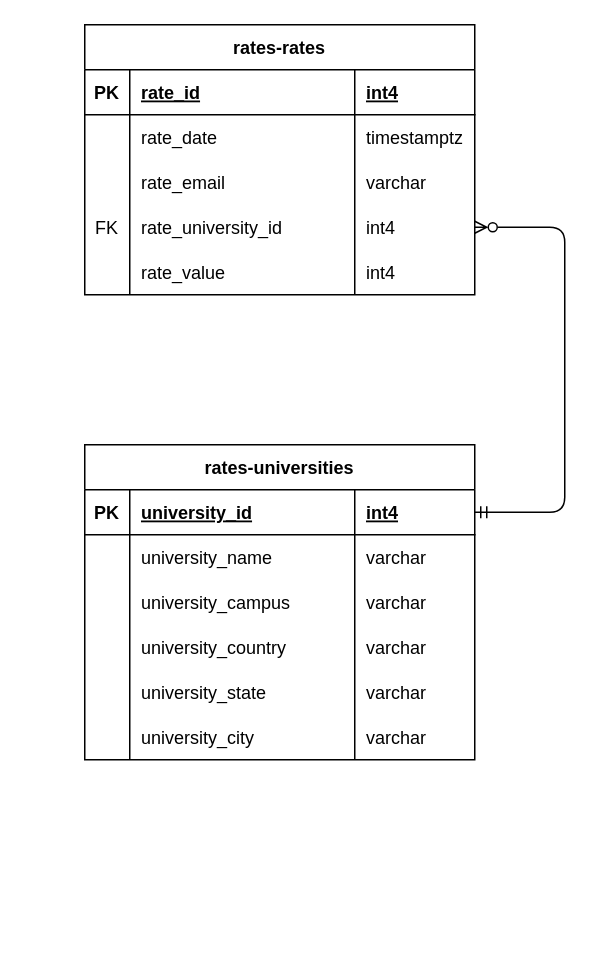
The draw.io diagram page "database-schema" (3 of 3) of .docs/diagrams.drawio in caio-pavesi/rateauni-website, before the edit. Source tidied: cells renumbered, new cells numbered last; positions are measured from the earlier drawing's top-left corner, leaving out a move shared by most shapes. Both pictures are drawn from the tidied source at 150%, with x=0, y=0 at pixel (84, 24).
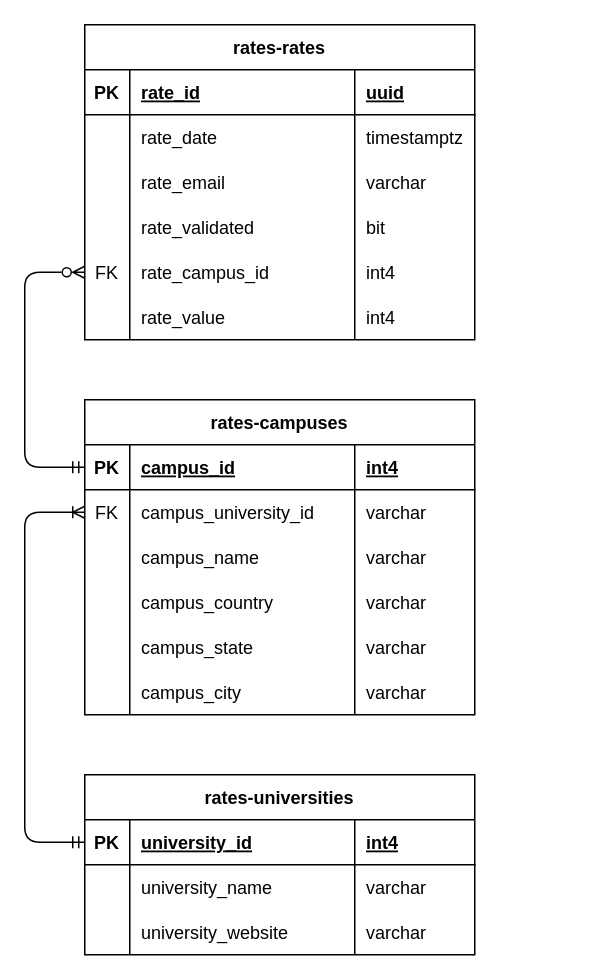
Above is the later version.

The change refers to these unchanged cells:
```xml
<mxCell id="3" style="shape=tableRow;horizontal=0;startSize=0;swimlaneHead=0;swimlaneBody=0;fillColor=none;top=0;left=0;right=0;bottom=1;" parent="2" vertex="1">
  <mxGeometry y="30" width="260" height="30" as="geometry" />
</mxCell>
<mxCell id="24" style="shape=tableRow;horizontal=0;startSize=0;swimlaneHead=0;swimlaneBody=0;fillColor=none;points=[[0,0.5],[1,0.5]];portConstraint=eastwest;top=0;left=0;right=0;bottom=1;" parent="23" vertex="1">
  <mxGeometry y="30" width="260" height="30" as="geometry" />
</mxCell>
```

Change to the diagram source:
```diff
@@
     <mxCell id="2" value="rates-rates" style="shape=table;startSize=30;childLayout=tableLayout;rowLines=0;fontStyle=1;align=center;" parent="1" vertex="1">
-      <mxGeometry width="260" height="180" as="geometry" />
+      <mxGeometry width="260" height="210" as="geometry" />
     </mxCell>
@@
-    <mxCell id="6" value="int4" style="shape=partialRectangle;fillColor=none;top=0;left=0;bottom=0;right=0;align=left;spacingLeft=6;fontStyle=5;overflow=hidden;" parent="3" vertex="1">
+    <mxCell id="6" value="uuid" style="shape=partialRectangle;fillColor=none;top=0;left=0;bottom=0;right=0;align=left;spacingLeft=6;fontStyle=5;overflow=hidden;" parent="3" vertex="1">
       <mxGeometry x="180" width="80" height="30" as="geometry" />
     </mxCell>
@@
+    <mxCell id="49" style="shape=tableRow;horizontal=0;startSize=0;swimlaneHead=0;swimlaneBody=0;fillColor=none;top=0;left=0;right=0;bottom=0;" parent="2" vertex="1">
+      <mxGeometry y="120" width="260" height="30" as="geometry" />
+    </mxCell>
+    <mxCell id="50" style="shape=partialRectangle;fillColor=none;top=0;left=0;bottom=0;right=0;overflow=hidden;" parent="49" vertex="1">
+      <mxGeometry width="30" height="30" as="geometry" />
+    </mxCell>
+    <mxCell id="51" value="rate_validated" style="shape=partialRectangle;fillColor=none;top=0;left=0;bottom=0;right=0;align=left;spacingLeft=6;overflow=hidden;" parent="49" vertex="1">
+      <mxGeometry x="30" width="150" height="30" as="geometry" />
+    </mxCell>
+    <mxCell id="52" value="bit" style="shape=partialRectangle;fillColor=none;top=0;left=0;bottom=0;right=0;align=left;spacingLeft=6;overflow=hidden;" parent="49" vertex="1">
+      <mxGeometry x="180" width="80" height="30" as="geometry" />
+    </mxCell>
     <mxCell id="15" style="shape=tableRow;horizontal=0;startSize=0;swimlaneHead=0;swimlaneBody=0;fillColor=none;points=[[0,0.5],[1,0.5]];portConstraint=eastwest;top=0;left=0;right=0;bottom=0;" parent="2" vertex="1">
-      <mxGeometry y="120" width="260" height="30" as="geometry" />
+      <mxGeometry y="150" width="260" height="30" as="geometry" />
     </mxCell>
@@
-    <mxCell id="17" value="rate_university_id" style="shape=partialRectangle;fillColor=none;top=0;left=0;bottom=0;right=0;align=left;spacingLeft=6;overflow=hidden;" parent="15" vertex="1">
+    <mxCell id="17" value="rate_campus_id" style="shape=partialRectangle;fillColor=none;top=0;left=0;bottom=0;right=0;align=left;spacingLeft=6;overflow=hidden;" parent="15" vertex="1">
       <mxGeometry x="30" width="150" height="30" as="geometry" />
     </mxCell>
@@
     <mxCell id="19" style="shape=tableRow;horizontal=0;startSize=0;swimlaneHead=0;swimlaneBody=0;fillColor=none;top=0;left=0;right=0;bottom=0;" parent="2" vertex="1">
-      <mxGeometry y="150" width="260" height="30" as="geometry" />
+      <mxGeometry y="180" width="260" height="30" as="geometry" />
     </mxCell>
@@
     <mxCell id="23" value="rates-universities" style="shape=table;startSize=30;childLayout=tableLayout;rowLines=0;fontStyle=1;align=center;" parent="1" vertex="1">
-      <mxGeometry y="280" width="260" height="210" as="geometry" />
+      <mxGeometry y="500" width="260" height="120" as="geometry" />
     </mxCell>
@@
-    <mxCell id="32" style="shape=tableRow;horizontal=0;startSize=0;swimlaneHead=0;swimlaneBody=0;fillColor=none;top=0;left=0;right=0;bottom=0;" parent="23" vertex="1">
-      <mxGeometry y="90" width="260" height="30" as="geometry" />
-    </mxCell>
-    <mxCell id="33" style="shape=partialRectangle;fillColor=none;top=0;left=0;bottom=0;right=0;overflow=hidden;" parent="32" vertex="1">
-      <mxGeometry width="30" height="30" as="geometry" />
-    </mxCell>
-    <mxCell id="34" value="university_campus" style="shape=partialRectangle;fillColor=none;top=0;left=0;bottom=0;right=0;align=left;spacingLeft=6;overflow=hidden;" parent="32" vertex="1">
-      <mxGeometry x="30" width="150" height="30" as="geometry" />
-    </mxCell>
-    <mxCell id="35" value="varchar" style="shape=partialRectangle;fillColor=none;top=0;left=0;bottom=0;right=0;align=left;spacingLeft=6;overflow=hidden;" parent="32" vertex="1">
-      <mxGeometry x="180" width="80" height="30" as="geometry" />
-    </mxCell>
-    <mxCell id="36" style="shape=tableRow;horizontal=0;startSize=0;swimlaneHead=0;swimlaneBody=0;fillColor=none;top=0;left=0;right=0;bottom=0;" parent="23" vertex="1">
-      <mxGeometry y="120" width="260" height="30" as="geometry" />
-    </mxCell>
-    <mxCell id="37" style="shape=partialRectangle;fillColor=none;top=0;left=0;bottom=0;right=0;overflow=hidden;" parent="36" vertex="1">
-      <mxGeometry width="30" height="30" as="geometry" />
-    </mxCell>
-    <mxCell id="38" value="university_country" style="shape=partialRectangle;fillColor=none;top=0;left=0;bottom=0;right=0;align=left;spacingLeft=6;overflow=hidden;" parent="36" vertex="1">
-      <mxGeometry x="30" width="150" height="30" as="geometry" />
-    </mxCell>
-    <mxCell id="39" value="varchar" style="shape=partialRectangle;fillColor=none;top=0;left=0;bottom=0;right=0;align=left;spacingLeft=6;overflow=hidden;" parent="36" vertex="1">
-      <mxGeometry x="180" width="80" height="30" as="geometry" />
-    </mxCell>
-    <mxCell id="40" style="shape=tableRow;horizontal=0;startSize=0;swimlaneHead=0;swimlaneBody=0;fillColor=none;top=0;left=0;right=0;bottom=0;" parent="23" vertex="1">
-      <mxGeometry y="150" width="260" height="30" as="geometry" />
-    </mxCell>
-    <mxCell id="41" style="shape=partialRectangle;fillColor=none;top=0;left=0;bottom=0;right=0;overflow=hidden;" parent="40" vertex="1">
-      <mxGeometry width="30" height="30" as="geometry" />
-    </mxCell>
-    <mxCell id="42" value="university_state" style="shape=partialRectangle;fillColor=none;top=0;left=0;bottom=0;right=0;align=left;spacingLeft=6;overflow=hidden;" parent="40" vertex="1">
-      <mxGeometry x="30" width="150" height="30" as="geometry" />
-    </mxCell>
-    <mxCell id="43" value="varchar" style="shape=partialRectangle;fillColor=none;top=0;left=0;bottom=0;right=0;align=left;spacingLeft=6;overflow=hidden;" parent="40" vertex="1">
-      <mxGeometry x="180" width="80" height="30" as="geometry" />
-    </mxCell>
     <mxCell id="44" style="shape=tableRow;horizontal=0;startSize=0;swimlaneHead=0;swimlaneBody=0;fillColor=none;top=0;left=0;right=0;bottom=0;" parent="23" vertex="1">
-      <mxGeometry y="180" width="260" height="30" as="geometry" />
+      <mxGeometry y="90" width="260" height="30" as="geometry" />
     </mxCell>
@@
-    <mxCell id="46" value="university_city" style="shape=partialRectangle;fillColor=none;top=0;left=0;bottom=0;right=0;align=left;spacingLeft=6;overflow=hidden;" parent="44" vertex="1">
+    <mxCell id="46" value="university_website" style="shape=partialRectangle;fillColor=none;top=0;left=0;bottom=0;right=0;align=left;spacingLeft=6;overflow=hidden;" parent="44" vertex="1">
       <mxGeometry x="30" width="150" height="30" as="geometry" />
     </mxCell>
@@
-    <mxCell id="48" style="edgeStyle=none;html=1;exitX=1;exitY=0.5;exitDx=0;exitDy=0;entryX=1;entryY=0.5;entryDx=0;entryDy=0;startArrow=ERzeroToMany;startFill=0;endArrow=ERmandOne;endFill=0;" parent="1" edge="1" source="15" target="24">
-      <mxGeometry relative="1" as="geometry">
-        <Array as="points">
-          <mxPoint x="320" y="135" />
-          <mxPoint x="320" y="325" />
-        </Array>
-      </mxGeometry>
-    </mxCell>
+    <mxCell id="53" value="rates-campuses" style="shape=table;startSize=30;childLayout=tableLayout;rowLines=0;fontStyle=1;align=center;" parent="1" vertex="1">
+      <mxGeometry y="250" width="260" height="210" as="geometry" />
+    </mxCell>
+    <mxCell id="54" style="shape=tableRow;horizontal=0;startSize=0;swimlaneHead=0;swimlaneBody=0;fillColor=none;points=[[0,0.5],[1,0.5]];portConstraint=eastwest;top=0;left=0;right=0;bottom=1;" parent="53" vertex="1">
+      <mxGeometry y="30" width="260" height="30" as="geometry" />
+    </mxCell>
+    <mxCell id="55" value="PK" style="shape=partialRectangle;fillColor=none;top=0;left=0;bottom=0;right=0;fontStyle=1;overflow=hidden;" parent="54" vertex="1">
+      <mxGeometry width="30" height="30" as="geometry" />
+    </mxCell>
+    <mxCell id="56" value="campus_id" style="shape=partialRectangle;fillColor=none;top=0;left=0;bottom=0;right=0;align=left;spacingLeft=6;fontStyle=5;overflow=hidden;" parent="54" vertex="1">
+      <mxGeometry x="30" width="150" height="30" as="geometry" />
+    </mxCell>
+    <mxCell id="57" value="int4" style="shape=partialRectangle;fillColor=none;top=0;left=0;bottom=0;right=0;align=left;spacingLeft=6;fontStyle=5;overflow=hidden;" parent="54" vertex="1">
+      <mxGeometry x="180" width="80" height="30" as="geometry" />
+    </mxCell>
+    <mxCell id="58" style="shape=tableRow;horizontal=0;startSize=0;swimlaneHead=0;swimlaneBody=0;fillColor=none;points=[[0,0.5],[1,0.5]];portConstraint=eastwest;top=0;left=0;right=0;bottom=0;" parent="53" vertex="1">
+      <mxGeometry y="60" width="260" height="30" as="geometry" />
+    </mxCell>
+    <mxCell id="59" value="FK" style="shape=partialRectangle;fillColor=none;top=0;left=0;bottom=0;right=0;overflow=hidden;" parent="58" vertex="1">
+      <mxGeometry width="30" height="30" as="geometry" />
+    </mxCell>
+    <mxCell id="60" value="campus_university_id" style="shape=partialRectangle;fillColor=none;top=0;left=0;bottom=0;right=0;align=left;spacingLeft=6;overflow=hidden;" parent="58" vertex="1">
+      <mxGeometry x="30" width="150" height="30" as="geometry" />
+    </mxCell>
+    <mxCell id="61" value="varchar" style="shape=partialRectangle;fillColor=none;top=0;left=0;bottom=0;right=0;align=left;spacingLeft=6;overflow=hidden;" parent="58" vertex="1">
+      <mxGeometry x="180" width="80" height="30" as="geometry" />
+    </mxCell>
+    <mxCell id="32" style="shape=tableRow;horizontal=0;startSize=0;swimlaneHead=0;swimlaneBody=0;fillColor=none;top=0;left=0;right=0;bottom=0;" parent="53" vertex="1">
+      <mxGeometry y="90" width="260" height="30" as="geometry" />
+    </mxCell>
+    <mxCell id="62" style="shape=partialRectangle;fillColor=none;top=0;left=0;bottom=0;right=0;overflow=hidden;" parent="32" vertex="1">
+      <mxGeometry width="30" height="30" as="geometry" />
+    </mxCell>
+    <mxCell id="63" value="campus_name" style="shape=partialRectangle;fillColor=none;top=0;left=0;bottom=0;right=0;align=left;spacingLeft=6;overflow=hidden;" parent="32" vertex="1">
+      <mxGeometry x="30" width="150" height="30" as="geometry" />
+    </mxCell>
+    <mxCell id="64" value="varchar" style="shape=partialRectangle;fillColor=none;top=0;left=0;bottom=0;right=0;align=left;spacingLeft=6;overflow=hidden;" parent="32" vertex="1">
+      <mxGeometry x="180" width="80" height="30" as="geometry" />
+    </mxCell>
+    <mxCell id="65" style="shape=tableRow;horizontal=0;startSize=0;swimlaneHead=0;swimlaneBody=0;fillColor=none;top=0;left=0;right=0;bottom=0;" parent="53" vertex="1">
+      <mxGeometry y="120" width="260" height="30" as="geometry" />
+    </mxCell>
+    <mxCell id="66" style="shape=partialRectangle;fillColor=none;top=0;left=0;bottom=0;right=0;overflow=hidden;" parent="65" vertex="1">
+      <mxGeometry width="30" height="30" as="geometry" />
+    </mxCell>
+    <mxCell id="67" value="campus_country" style="shape=partialRectangle;fillColor=none;top=0;left=0;bottom=0;right=0;align=left;spacingLeft=6;overflow=hidden;" parent="65" vertex="1">
+      <mxGeometry x="30" width="150" height="30" as="geometry" />
+    </mxCell>
+    <mxCell id="68" value="varchar" style="shape=partialRectangle;fillColor=none;top=0;left=0;bottom=0;right=0;align=left;spacingLeft=6;overflow=hidden;" parent="65" vertex="1">
+      <mxGeometry x="180" width="80" height="30" as="geometry" />
+    </mxCell>
+    <mxCell id="40" style="shape=tableRow;horizontal=0;startSize=0;swimlaneHead=0;swimlaneBody=0;fillColor=none;top=0;left=0;right=0;bottom=0;" parent="53" vertex="1">
+      <mxGeometry y="150" width="260" height="30" as="geometry" />
+    </mxCell>
+    <mxCell id="69" style="shape=partialRectangle;fillColor=none;top=0;left=0;bottom=0;right=0;overflow=hidden;" parent="40" vertex="1">
+      <mxGeometry width="30" height="30" as="geometry" />
+    </mxCell>
+    <mxCell id="70" value="campus_state" style="shape=partialRectangle;fillColor=none;top=0;left=0;bottom=0;right=0;align=left;spacingLeft=6;overflow=hidden;" parent="40" vertex="1">
+      <mxGeometry x="30" width="150" height="30" as="geometry" />
+    </mxCell>
+    <mxCell id="71" value="varchar" style="shape=partialRectangle;fillColor=none;top=0;left=0;bottom=0;right=0;align=left;spacingLeft=6;overflow=hidden;" parent="40" vertex="1">
+      <mxGeometry x="180" width="80" height="30" as="geometry" />
+    </mxCell>
+    <mxCell id="72" style="shape=tableRow;horizontal=0;startSize=0;swimlaneHead=0;swimlaneBody=0;fillColor=none;top=0;left=0;right=0;bottom=0;" parent="53" vertex="1">
+      <mxGeometry y="180" width="260" height="30" as="geometry" />
+    </mxCell>
+    <mxCell id="73" style="shape=partialRectangle;fillColor=none;top=0;left=0;bottom=0;right=0;overflow=hidden;" parent="72" vertex="1">
+      <mxGeometry width="30" height="30" as="geometry" />
+    </mxCell>
+    <mxCell id="74" value="campus_city" style="shape=partialRectangle;fillColor=none;top=0;left=0;bottom=0;right=0;align=left;spacingLeft=6;overflow=hidden;" parent="72" vertex="1">
+      <mxGeometry x="30" width="150" height="30" as="geometry" />
+    </mxCell>
+    <mxCell id="75" value="varchar" style="shape=partialRectangle;fillColor=none;top=0;left=0;bottom=0;right=0;align=left;spacingLeft=6;overflow=hidden;" parent="72" vertex="1">
+      <mxGeometry x="180" width="80" height="30" as="geometry" />
+    </mxCell>
+    <mxCell id="76" style="edgeStyle=none;html=1;exitX=0;exitY=0.5;exitDx=0;exitDy=0;entryX=0;entryY=0.5;entryDx=0;entryDy=0;endArrow=ERzeroToMany;endFill=0;startArrow=ERmandOne;startFill=0;" parent="1" edge="1" source="54" target="15">
+      <mxGeometry relative="1" as="geometry">
+        <Array as="points">
+          <mxPoint x="-40" y="295" />
+          <mxPoint x="-40" y="165" />
+        </Array>
+      </mxGeometry>
+    </mxCell>
+    <mxCell id="77" style="edgeStyle=none;html=1;exitX=0;exitY=0.5;exitDx=0;exitDy=0;entryX=0;entryY=0.5;entryDx=0;entryDy=0;startArrow=ERoneToMany;startFill=0;endArrow=ERmandOne;endFill=0;" parent="1" edge="1" source="58" target="24">
+      <mxGeometry relative="1" as="geometry">
+        <Array as="points">
+          <mxPoint x="-40" y="325" />
+          <mxPoint x="-40" y="545" />
+        </Array>
+      </mxGeometry>
+    </mxCell>
```
